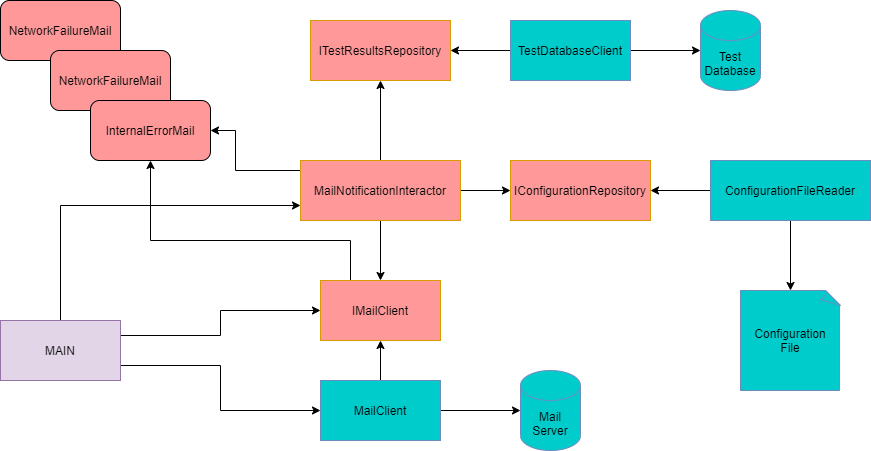
plainionist/plainionist.github.io keeps this draw.io diagram as assets/clean-architecture/sending-emails/Step2.drawio.png. Above is the earlier version. Source tidied: cells renumbered, new cells last; positions are measured from the earlier drawing's top-left corner, leaving out a move shared by most shapes.
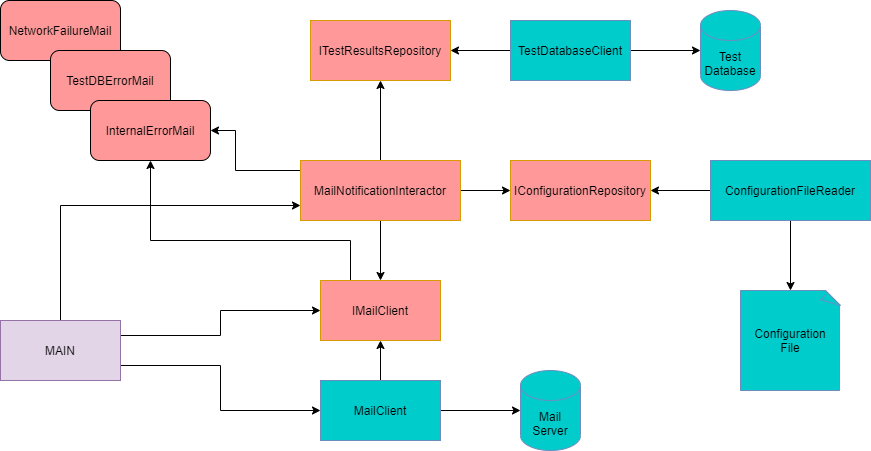
The same diagram one commit later.

Change to the diagram source:
```diff
@@ -73,7 +73,7 @@
     <mxCell id="21" value="IConfigurationRepository" style="rounded=0;whiteSpace=wrap;html=1;fillColor=#FF9999;strokeColor=#d79b00;" parent="1" vertex="1">
       <mxGeometry x="510" y="160" width="140" height="60" as="geometry" />
     </mxCell>
-    <mxCell id="22" value="NetworkFailureMail" style="rounded=1;whiteSpace=wrap;html=1;fillColor=#FF9999;" parent="1" vertex="1">
+    <mxCell id="22" value="TestDBErrorMail" style="rounded=1;whiteSpace=wrap;html=1;fillColor=#FF9999;" parent="1" vertex="1">
       <mxGeometry x="50" y="50" width="120" height="60" as="geometry" />
     </mxCell>
     <mxCell id="23" value="InternalErrorMail" style="rounded=1;whiteSpace=wrap;html=1;fillColor=#FF9999;" parent="1" vertex="1">
```
